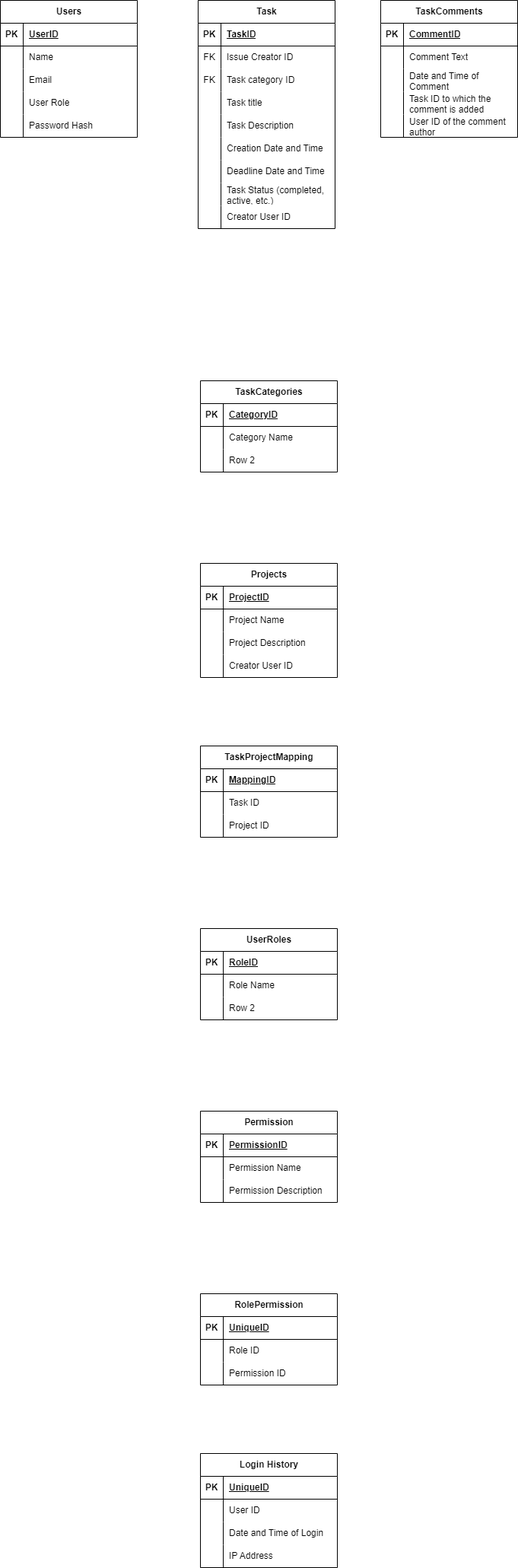
puip34/base_gang_of_crooks keeps this draw.io diagram as gang_of_crooks_db.drawio.png. Above is the earlier version. Source tidied: cells renumbered, new cells last; positions are measured from the earlier drawing's top-left corner, leaving out a move shared by most shapes.
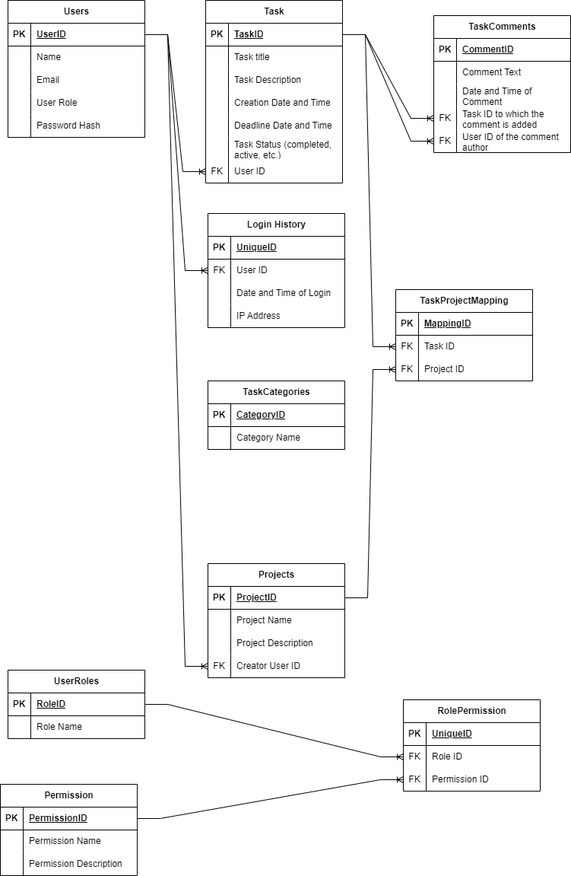
After the change.

Change to the diagram source:
```diff
@@ -5,3 +5,3 @@
     <mxCell id="2" value="Task" style="shape=table;startSize=30;rowLines=0;fontStyle=1;align=center;html=1;" parent="1" vertex="1">
-      <mxGeometry x="260" width="180" height="300" as="geometry" />
+      <mxGeometry x="260" width="180" height="240" as="geometry" />
     </mxCell>
@@ -16,22 +16,4 @@
     </mxCell>
-    <mxCell id="6" style="shape=tableRow;horizontal=0;startSize=0;swimlaneHead=0;swimlaneBody=0;fillColor=none;top=0;left=0;right=0;bottom=0;" parent="2" vertex="1">
-      <mxGeometry y="60" width="180" height="30" as="geometry" />
-    </mxCell>
-    <mxCell id="7" value="FK" style="shape=partialRectangle;fillColor=none;top=0;left=0;bottom=0;right=0;overflow=hidden;whiteSpace=wrap;html=1;" parent="6" vertex="1">
-      <mxGeometry width="30" height="30" as="geometry" />
-    </mxCell>
-    <mxCell id="8" value="Issue Creator ID" style="shape=partialRectangle;fillColor=none;top=0;left=0;bottom=0;right=0;align=left;spacingLeft=6;overflow=hidden;whiteSpace=wrap;html=1;" parent="6" vertex="1">
-      <mxGeometry x="30" width="150" height="30" as="geometry" />
-    </mxCell>
-    <mxCell id="9" style="shape=tableRow;horizontal=0;startSize=0;swimlaneHead=0;swimlaneBody=0;fillColor=none;top=0;left=0;right=0;bottom=0;" parent="2" vertex="1">
-      <mxGeometry y="90" width="180" height="30" as="geometry" />
-    </mxCell>
-    <mxCell id="10" value="FK" style="shape=partialRectangle;fillColor=none;top=0;left=0;bottom=0;right=0;overflow=hidden;whiteSpace=wrap;html=1;" parent="9" vertex="1">
-      <mxGeometry width="30" height="30" as="geometry" />
-    </mxCell>
-    <mxCell id="11" value="Task category ID" style="shape=partialRectangle;fillColor=none;top=0;left=0;bottom=0;right=0;align=left;spacingLeft=6;overflow=hidden;whiteSpace=wrap;html=1;" parent="9" vertex="1">
-      <mxGeometry x="30" width="150" height="30" as="geometry" />
-    </mxCell>
     <mxCell id="12" style="shape=tableRow;horizontal=0;startSize=0;swimlaneHead=0;swimlaneBody=0;fillColor=none;top=0;left=0;right=0;bottom=0;" parent="2" vertex="1">
-      <mxGeometry y="120" width="180" height="30" as="geometry" />
+      <mxGeometry y="60" width="180" height="30" as="geometry" />
     </mxCell>
@@ -44,3 +26,3 @@
     <mxCell id="15" style="shape=tableRow;horizontal=0;startSize=0;swimlaneHead=0;swimlaneBody=0;fillColor=none;top=0;left=0;right=0;bottom=0;" parent="2" vertex="1">
-      <mxGeometry y="150" width="180" height="30" as="geometry" />
+      <mxGeometry y="90" width="180" height="30" as="geometry" />
     </mxCell>
@@ -53,3 +35,3 @@
     <mxCell id="18" style="shape=tableRow;horizontal=0;startSize=0;swimlaneHead=0;swimlaneBody=0;fillColor=none;top=0;left=0;right=0;bottom=0;" parent="2" vertex="1">
-      <mxGeometry y="180" width="180" height="30" as="geometry" />
+      <mxGeometry y="120" width="180" height="30" as="geometry" />
     </mxCell>
@@ -62,3 +44,3 @@
     <mxCell id="21" style="shape=tableRow;horizontal=0;startSize=0;swimlaneHead=0;swimlaneBody=0;fillColor=none;top=0;left=0;right=0;bottom=0;" parent="2" vertex="1">
-      <mxGeometry y="210" width="180" height="30" as="geometry" />
+      <mxGeometry y="150" width="180" height="30" as="geometry" />
     </mxCell>
@@ -71,3 +53,3 @@
     <mxCell id="24" style="shape=tableRow;horizontal=0;startSize=0;swimlaneHead=0;swimlaneBody=0;fillColor=none;top=0;left=0;right=0;bottom=0;" parent="2" vertex="1">
-      <mxGeometry y="240" width="180" height="30" as="geometry" />
+      <mxGeometry y="180" width="180" height="30" as="geometry" />
     </mxCell>
@@ -80,8 +62,8 @@
     <mxCell id="27" style="shape=tableRow;horizontal=0;startSize=0;swimlaneHead=0;swimlaneBody=0;fillColor=none;points=[[0,0.5],[1,0.5]];portConstraint=eastwest;top=0;left=0;right=0;bottom=0;" parent="2" vertex="1">
-      <mxGeometry y="270" width="180" height="30" as="geometry" />
+      <mxGeometry y="210" width="180" height="30" as="geometry" />
     </mxCell>
-    <mxCell id="28" style="shape=partialRectangle;fillColor=none;top=0;left=0;bottom=0;right=0;overflow=hidden;whiteSpace=wrap;html=1;" parent="27" vertex="1">
+    <mxCell id="28" value="FK" style="shape=partialRectangle;fillColor=none;top=0;left=0;bottom=0;right=0;overflow=hidden;whiteSpace=wrap;html=1;" parent="27" vertex="1">
       <mxGeometry width="30" height="30" as="geometry" />
     </mxCell>
-    <mxCell id="29" value="Creator User ID" style="shape=partialRectangle;fillColor=none;top=0;left=0;bottom=0;right=0;align=left;spacingLeft=6;overflow=hidden;whiteSpace=wrap;html=1;" parent="27" vertex="1">
+    <mxCell id="29" value="User ID" style="shape=partialRectangle;fillColor=none;top=0;left=0;bottom=0;right=0;align=left;spacingLeft=6;overflow=hidden;whiteSpace=wrap;html=1;" parent="27" vertex="1">
       <mxGeometry x="30" width="150" height="30" as="geometry" />
@@ -137,3 +119,3 @@
     <mxCell id="46" value="Permission" style="shape=table;startSize=30;rowLines=0;fontStyle=1;align=center;html=1;" parent="1" vertex="1">
-      <mxGeometry x="263" y="1460" width="180" height="120" as="geometry" />
+      <mxGeometry x="-10" y="1030" width="180" height="120" as="geometry" />
     </mxCell>
@@ -167,3 +149,3 @@
     <mxCell id="56" value="UserRoles" style="shape=table;startSize=30;rowLines=0;fontStyle=1;align=center;html=1;" parent="1" vertex="1">
-      <mxGeometry x="263" y="1220" width="180" height="120" as="geometry" />
+      <mxGeometry y="880" width="180" height="90" as="geometry" />
     </mxCell>
@@ -187,13 +169,4 @@
     </mxCell>
-    <mxCell id="63" style="shape=tableRow;horizontal=0;startSize=0;swimlaneHead=0;swimlaneBody=0;fillColor=none;top=0;left=0;right=0;bottom=0;" parent="56" vertex="1">
-      <mxGeometry y="90" width="180" height="30" as="geometry" />
-    </mxCell>
-    <mxCell id="64" style="shape=partialRectangle;fillColor=none;top=0;left=0;bottom=0;right=0;overflow=hidden;whiteSpace=wrap;html=1;" parent="63" vertex="1">
-      <mxGeometry width="30" height="30" as="geometry" />
-    </mxCell>
-    <mxCell id="65" value="Row 2" style="shape=partialRectangle;fillColor=none;top=0;left=0;bottom=0;right=0;align=left;spacingLeft=6;overflow=hidden;whiteSpace=wrap;html=1;" parent="63" vertex="1">
-      <mxGeometry x="30" width="150" height="30" as="geometry" />
-    </mxCell>
     <mxCell id="66" value="RolePermission" style="shape=table;startSize=30;rowLines=0;fontStyle=1;align=center;html=1;" parent="1" vertex="1">
-      <mxGeometry x="263" y="1700" width="180" height="120" as="geometry" />
+      <mxGeometry x="520" y="919" width="180" height="120" as="geometry" />
     </mxCell>
@@ -211,3 +184,3 @@
     </mxCell>
-    <mxCell id="71" style="shape=partialRectangle;fillColor=none;top=0;left=0;bottom=0;right=0;overflow=hidden;whiteSpace=wrap;html=1;" parent="70" vertex="1">
+    <mxCell id="71" value="FK" style="shape=partialRectangle;fillColor=none;top=0;left=0;bottom=0;right=0;overflow=hidden;whiteSpace=wrap;html=1;" parent="70" vertex="1">
       <mxGeometry width="30" height="30" as="geometry" />
@@ -220,3 +193,3 @@
     </mxCell>
-    <mxCell id="74" style="shape=partialRectangle;fillColor=none;top=0;left=0;bottom=0;right=0;overflow=hidden;whiteSpace=wrap;html=1;" parent="73" vertex="1">
+    <mxCell id="74" value="FK" style="shape=partialRectangle;fillColor=none;top=0;left=0;bottom=0;right=0;overflow=hidden;whiteSpace=wrap;html=1;" parent="73" vertex="1">
       <mxGeometry width="30" height="30" as="geometry" />
@@ -227,3 +200,3 @@
     <mxCell id="76" value="TaskProjectMapping" style="shape=table;startSize=30;rowLines=0;fontStyle=1;align=center;html=1;" parent="1" vertex="1">
-      <mxGeometry x="263" y="980" width="180" height="120" as="geometry" />
+      <mxGeometry x="510" y="380" width="180" height="120" as="geometry" />
     </mxCell>
@@ -241,3 +214,3 @@
     </mxCell>
-    <mxCell id="81" style="shape=partialRectangle;fillColor=none;top=0;left=0;bottom=0;right=0;overflow=hidden;whiteSpace=wrap;html=1;" parent="80" vertex="1">
+    <mxCell id="81" value="FK" style="shape=partialRectangle;fillColor=none;top=0;left=0;bottom=0;right=0;overflow=hidden;whiteSpace=wrap;html=1;" parent="80" vertex="1">
       <mxGeometry width="30" height="30" as="geometry" />
@@ -250,3 +223,3 @@
     </mxCell>
-    <mxCell id="84" style="shape=partialRectangle;fillColor=none;top=0;left=0;bottom=0;right=0;overflow=hidden;whiteSpace=wrap;html=1;" parent="83" vertex="1">
+    <mxCell id="84" value="FK" style="shape=partialRectangle;fillColor=none;top=0;left=0;bottom=0;right=0;overflow=hidden;whiteSpace=wrap;html=1;" parent="83" vertex="1">
       <mxGeometry width="30" height="30" as="geometry" />
@@ -289,3 +262,3 @@
     </mxCell>
-    <mxCell id="97" style="shape=partialRectangle;fillColor=none;top=0;left=0;bottom=0;right=0;overflow=hidden;whiteSpace=wrap;html=1;" parent="96" vertex="1">
+    <mxCell id="97" value="FK" style="shape=partialRectangle;fillColor=none;top=0;left=0;bottom=0;right=0;overflow=hidden;whiteSpace=wrap;html=1;" parent="96" vertex="1">
       <mxGeometry width="30" height="30" as="geometry" />
@@ -296,3 +269,3 @@
     <mxCell id="99" value="TaskCategories" style="shape=table;startSize=30;rowLines=0;fontStyle=1;align=center;html=1;" parent="1" vertex="1">
-      <mxGeometry x="263" y="500" width="180" height="120" as="geometry" />
+      <mxGeometry x="263" y="500" width="180" height="90" as="geometry" />
     </mxCell>
@@ -316,13 +289,4 @@
     </mxCell>
-    <mxCell id="106" style="shape=tableRow;horizontal=0;startSize=0;swimlaneHead=0;swimlaneBody=0;fillColor=none;top=0;left=0;right=0;bottom=0;" parent="99" vertex="1">
-      <mxGeometry y="90" width="180" height="30" as="geometry" />
-    </mxCell>
-    <mxCell id="107" style="shape=partialRectangle;fillColor=none;top=0;left=0;bottom=0;right=0;overflow=hidden;whiteSpace=wrap;html=1;" parent="106" vertex="1">
-      <mxGeometry width="30" height="30" as="geometry" />
-    </mxCell>
-    <mxCell id="108" value="Row 2" style="shape=partialRectangle;fillColor=none;top=0;left=0;bottom=0;right=0;align=left;spacingLeft=6;overflow=hidden;whiteSpace=wrap;html=1;" parent="106" vertex="1">
-      <mxGeometry x="30" width="150" height="30" as="geometry" />
-    </mxCell>
     <mxCell id="109" value="TaskComments" style="shape=table;startSize=30;rowLines=0;fontStyle=1;align=center;html=1;" parent="1" vertex="1">
-      <mxGeometry x="500" width="180" height="180" as="geometry" />
+      <mxGeometry x="560" y="20" width="180" height="180" as="geometry" />
     </mxCell>
@@ -358,3 +322,3 @@
     </mxCell>
-    <mxCell id="120" style="shape=partialRectangle;fillColor=none;top=0;left=0;bottom=0;right=0;overflow=hidden;whiteSpace=wrap;html=1;" parent="119" vertex="1">
+    <mxCell id="120" value="FK" style="shape=partialRectangle;fillColor=none;top=0;left=0;bottom=0;right=0;overflow=hidden;whiteSpace=wrap;html=1;" parent="119" vertex="1">
       <mxGeometry width="30" height="30" as="geometry" />
@@ -367,3 +331,3 @@
     </mxCell>
-    <mxCell id="123" style="shape=partialRectangle;fillColor=none;top=0;left=0;bottom=0;right=0;overflow=hidden;whiteSpace=wrap;html=1;" parent="122" vertex="1">
+    <mxCell id="123" value="FK" style="shape=partialRectangle;fillColor=none;top=0;left=0;bottom=0;right=0;overflow=hidden;whiteSpace=wrap;html=1;" parent="122" vertex="1">
       <mxGeometry width="30" height="30" as="geometry" />
@@ -374,3 +338,3 @@
     <mxCell id="125" value="Login History" style="shape=table;startSize=30;rowLines=0;fontStyle=1;align=center;html=1;" parent="1" vertex="1">
-      <mxGeometry x="263" y="1910" width="180" height="150" as="geometry" />
+      <mxGeometry x="263" y="280" width="180" height="150" as="geometry" />
     </mxCell>
@@ -388,3 +352,3 @@
     </mxCell>
-    <mxCell id="130" style="shape=partialRectangle;fillColor=none;top=0;left=0;bottom=0;right=0;overflow=hidden;whiteSpace=wrap;html=1;" parent="129" vertex="1">
+    <mxCell id="130" value="FK" style="shape=partialRectangle;fillColor=none;top=0;left=0;bottom=0;right=0;overflow=hidden;whiteSpace=wrap;html=1;" parent="129" vertex="1">
       <mxGeometry width="30" height="30" as="geometry" />
@@ -412,2 +376,33 @@
     </mxCell>
+    <mxCell id="138" style="edgeStyle=entityRelationEdgeStyle;fontSize=12;html=1;endArrow=ERoneToMany;rounded=0;exitX=1;exitY=0.5;exitDx=0;exitDy=0;entryX=0;entryY=0.5;entryDx=0;entryDy=0;" parent="1" edge="1" source="31" target="27">
+      <mxGeometry relative="1" as="geometry" />
+    </mxCell>
+    <mxCell id="139" style="edgeStyle=entityRelationEdgeStyle;fontSize=12;html=1;endArrow=ERoneToMany;rounded=0;entryX=0;entryY=0.5;entryDx=0;entryDy=0;exitX=1;exitY=0.5;exitDx=0;exitDy=0;" parent="1" edge="1" source="31" target="96">
+      <mxGeometry relative="1" as="geometry" />
+    </mxCell>
+    <mxCell id="140" style="edgeStyle=entityRelationEdgeStyle;fontSize=12;html=1;endArrow=ERoneToMany;rounded=0;entryX=0;entryY=0.5;entryDx=0;entryDy=0;exitX=1;exitY=0.5;exitDx=0;exitDy=0;" parent="1" edge="1" source="3" target="119">
+      <mxGeometry relative="1" as="geometry" />
+    </mxCell>
+    <mxCell id="141" style="edgeStyle=entityRelationEdgeStyle;fontSize=12;html=1;endArrow=ERoneToMany;rounded=0;entryX=0;entryY=0.5;entryDx=0;entryDy=0;exitX=1;exitY=0.5;exitDx=0;exitDy=0;" parent="1" edge="1" source="3" target="122">
+      <mxGeometry relative="1" as="geometry">
+        <Array as="points">
+          <mxPoint x="530" y="300" />
+        </Array>
+      </mxGeometry>
+    </mxCell>
+    <mxCell id="142" style="edgeStyle=entityRelationEdgeStyle;fontSize=12;html=1;endArrow=ERoneToMany;rounded=0;entryX=0;entryY=0.5;entryDx=0;entryDy=0;exitX=1;exitY=0.5;exitDx=0;exitDy=0;" parent="1" edge="1" source="87" target="83">
+      <mxGeometry relative="1" as="geometry" />
+    </mxCell>
+    <mxCell id="143" style="edgeStyle=entityRelationEdgeStyle;fontSize=12;html=1;endArrow=ERoneToMany;rounded=0;entryX=0;entryY=0.5;entryDx=0;entryDy=0;exitX=1;exitY=0.5;exitDx=0;exitDy=0;" parent="1" edge="1" source="3" target="80">
+      <mxGeometry relative="1" as="geometry" />
+    </mxCell>
+    <mxCell id="144" style="edgeStyle=entityRelationEdgeStyle;fontSize=12;html=1;endArrow=ERoneToMany;rounded=0;exitX=1;exitY=0.5;exitDx=0;exitDy=0;entryX=0;entryY=0.5;entryDx=0;entryDy=0;" parent="1" edge="1" source="57" target="70">
+      <mxGeometry relative="1" as="geometry" />
+    </mxCell>
+    <mxCell id="145" style="edgeStyle=entityRelationEdgeStyle;fontSize=12;html=1;endArrow=ERoneToMany;rounded=0;exitX=1;exitY=0.5;exitDx=0;exitDy=0;entryX=0;entryY=0.5;entryDx=0;entryDy=0;" parent="1" edge="1" source="47" target="73">
+      <mxGeometry relative="1" as="geometry" />
+    </mxCell>
+    <mxCell id="146" style="edgeStyle=entityRelationEdgeStyle;fontSize=12;html=1;endArrow=ERoneToMany;rounded=0;entryX=0;entryY=0.5;entryDx=0;entryDy=0;exitX=1;exitY=0.5;exitDx=0;exitDy=0;" parent="1" edge="1" source="31" target="129">
+      <mxGeometry relative="1" as="geometry" />
+    </mxCell>
   </root>
```
